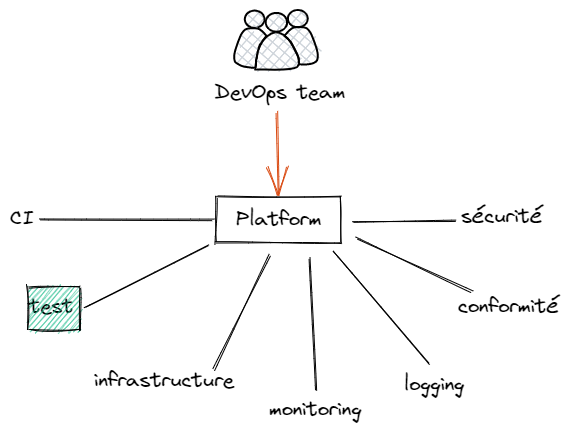
Above: snowcamp_2023/assets/platform-test.excalidraw.png in ojacques/presentations (Excalidraw), before the change. Source tidied: one line per element, renumbered; positions are measured from the earlier drawing's top-left corner, leaving out a move shared by most shapes. Source of this version:
```json
{"id": 0, "type": "text", "text": "conformité", "strokeColor": "#000000", "strokeWidth": 1, "roughness": 1, "fontSize": 20, "fontFamily": 1, "x": 448, "y": 284, "width": 103, "height": 25}
{"id": 1, "type": "text", "text": "monitoring", "strokeColor": "#000000", "strokeWidth": 1, "roughness": 1, "fontSize": 20, "fontFamily": 1, "x": 259, "y": 387, "width": 94, "height": 25}
{"id": 2, "type": "text", "text": "infrastructure", "strokeColor": "#000000", "strokeWidth": 1, "roughness": 1, "fontSize": 20, "fontFamily": 1, "x": 84, "y": 358, "width": 142, "height": 25}
{"id": 3, "type": "text", "text": "sécurité", "strokeColor": "#000000", "strokeWidth": 1, "roughness": 1, "fontSize": 20, "fontFamily": 1, "x": 451, "y": 194, "width": 83, "height": 25}
{"id": 4, "type": "text", "text": "CI", "strokeColor": "#000000", "strokeWidth": 1, "roughness": 1, "fontSize": 20, "fontFamily": 1, "x": 0, "y": 196, "width": 26, "height": 25}
{"id": 5, "type": "text", "text": "logging", "strokeColor": "#000000", "strokeWidth": 1, "roughness": 1, "fontSize": 20, "fontFamily": 1, "x": 394, "y": 362, "width": 62, "height": 25}
{"id": 6, "type": "text", "text": "test", "strokeColor": "#000000", "strokeWidth": 1, "roughness": 1, "fontSize": 20, "fontFamily": 1, "x": 19, "y": 284, "width": 46, "height": 25}
{"id": 7, "type": "rectangle", "strokeColor": "#000000", "strokeWidth": 1, "roughness": 1, "x": 206, "y": 187, "width": 125, "height": 46}
{"id": 8, "type": "text", "text": "Platform", "strokeColor": "#000000", "strokeWidth": 1, "roughness": 1, "fontSize": 20, "fontFamily": 1, "textAlign": "center", "verticalAlign": "middle", "inside": 7, "x": 225, "y": 197, "width": 87, "height": 25}
{"id": 9, "type": "line", "strokeColor": "#000000", "strokeWidth": 1, "roughness": 1, "x": 30, "y": 210, "width": 173, "height": 0, "points": [[0, 0], [173, 0]]}
{"id": 10, "type": "line", "strokeColor": "#000000", "strokeWidth": 1, "roughness": 1, "x": 75, "y": 297, "width": 124, "height": 61, "points": [[0, 0], [124, -61]]}
{"id": 11, "type": "line", "strokeColor": "#000000", "strokeWidth": 1, "roughness": 1, "x": 204, "y": 360, "width": 57, "height": 114, "points": [[0, 0], [57, -114]]}
{"id": 12, "type": "line", "strokeColor": "#000000", "strokeWidth": 1, "roughness": 1, "x": 306, "y": 380, "width": 6, "height": 132, "points": [[0, 0], [-6, -132]]}
{"id": 13, "type": "line", "strokeColor": "#000000", "strokeWidth": 1, "roughness": 1, "x": 323, "y": 243, "width": 96, "height": 111, "points": [[0, 0], [96, 111]]}
{"id": 14, "type": "line", "strokeColor": "#000000", "strokeWidth": 1, "roughness": 1, "x": 346, "y": 228, "width": 116, "height": 54, "points": [[0, 0], [116, 54]]}
{"id": 15, "type": "line", "strokeColor": "#000000", "strokeWidth": 1, "roughness": 1, "x": 343, "y": 212, "width": 102, "height": 1, "points": [[0, 0], [102, -1]]}
{"id": 16, "type": "text", "text": "DevOps team", "strokeColor": "#000000", "backgroundColor": "white", "fillStyle": "solid", "strokeWidth": 1, "roughness": 1, "fontSize": 20, "fontFamily": 1, "x": 205, "y": 70, "width": 132, "height": 25}
{"id": 17, "type": "ellipse", "strokeColor": "#000000", "backgroundColor": "#ced4da", "fillStyle": "cross-hatch", "strokeWidth": 2, "roughness": 0, "x": 278, "y": 0, "width": 20, "height": 17}
{"id": 18, "type": "ellipse", "strokeColor": "#000000", "backgroundColor": "#ced4da", "fillStyle": "cross-hatch", "strokeWidth": 2, "roughness": 0, "x": 235, "y": 1, "width": 20, "height": 17}
{"id": 19, "type": "line", "strokeColor": "#000000", "backgroundColor": "#ced4da", "fillStyle": "cross-hatch", "strokeWidth": 2, "roughness": 0, "x": 245, "y": 60, "width": 42, "height": 37, "points": [[0, 0], [5, -25], [20, -37], [35, -27], [42, -3], [0, 0]]}
{"id": 20, "type": "ellipse", "strokeColor": "#000000", "backgroundColor": "#ced4da", "fillStyle": "cross-hatch", "strokeWidth": 2, "roughness": 0, "x": 256, "y": 3, "width": 21, "height": 19}
{"id": 21, "type": "line", "strokeColor": "#000000", "backgroundColor": "#ced4da", "fillStyle": "cross-hatch", "strokeWidth": 2, "roughness": 0, "x": 274, "y": 26, "width": 33, "height": 37, "points": [[0, 0], [5, -6], [10, -8], [17, -9], [22, -8], [26, -4], [28, 2], [31, 8], [33, 14], [33, 20], [33, 25], [29, 27], [25, 28], [19, 29], [15, 28], [14, 22], [13, 19], [10, 13], [6, 6], [0, 0]]}
{"id": 22, "type": "line", "strokeColor": "#000000", "backgroundColor": "#ced4da", "fillStyle": "cross-hatch", "strokeWidth": 2, "roughness": 0, "x": 256, "y": 26, "width": 32, "height": 39, "points": [[0, 0], [-4, -4], [-8, -7], [-16, -8], [-21, -6], [-25, -2], [-27, 3], [-29, 9], [-31, 16], [-32, 21], [-31, 26], [-28, 28], [-24, 30], [-18, 31], [-11, 31], [-10, 24], [-10, 21], [-8, 15], [-5, 7], [0, 0]]}
{"id": 23, "type": "arrow", "strokeColor": "#d9480f", "strokeWidth": 1, "roughness": 1, "endArrowhead": "arrow", "from": 16, "to": 7, "x": 268, "y": 102, "width": 1, "height": 82, "points": [[0, 0], [1, 82]]}
{"id": 24, "type": "rectangle", "strokeColor": "#000000", "backgroundColor": "#12b886", "fillStyle": "hachure", "strokeWidth": 1, "roughness": 1, "x": 18, "y": 276, "width": 52, "height": 44}
```
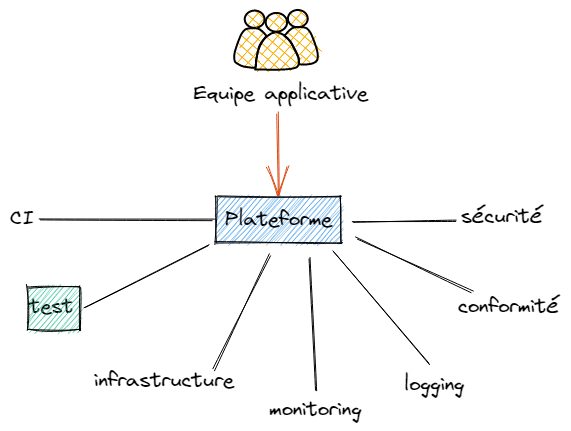
Later version of the same file.

What changed in the source:
```diff
@@ -5,8 +5,8 @@
 {"id": 4, "type": "text", "text": "CI", "strokeColor": "#000000", "strokeWidth": 1, "roughness": 1, "fontSize": 20, "fontFamily": 1, "x": 0, "y": 196, "width": 26, "height": 25}
 {"id": 5, "type": "text", "text": "logging", "strokeColor": "#000000", "strokeWidth": 1, "roughness": 1, "fontSize": 20, "fontFamily": 1, "x": 394, "y": 362, "width": 62, "height": 25}
 {"id": 6, "type": "text", "text": "test", "strokeColor": "#000000", "strokeWidth": 1, "roughness": 1, "fontSize": 20, "fontFamily": 1, "x": 19, "y": 284, "width": 46, "height": 25}
-{"id": 7, "type": "rectangle", "strokeColor": "#000000", "strokeWidth": 1, "roughness": 1, "x": 206, "y": 187, "width": 125, "height": 46}
+{"id": 7, "type": "rectangle", "strokeColor": "#000000", "backgroundColor": "#228be6", "fillStyle": "hachure", "strokeWidth": 1, "roughness": 1, "x": 206, "y": 187, "width": 125, "height": 46}
-{"id": 8, "type": "text", "text": "Platform", "strokeColor": "#000000", "strokeWidth": 1, "roughness": 1, "fontSize": 20, "fontFamily": 1, "textAlign": "center", "verticalAlign": "middle", "inside": 7, "x": 225, "y": 197, "width": 87, "height": 25}
+{"id": 8, "type": "text", "text": "Plateforme", "strokeColor": "#000000", "strokeWidth": 1, "roughness": 1, "fontSize": 20, "fontFamily": 1, "textAlign": "center", "verticalAlign": "middle", "inside": 7, "x": 214, "y": 197, "width": 109, "height": 25}
 {"id": 9, "type": "line", "strokeColor": "#000000", "strokeWidth": 1, "roughness": 1, "x": 30, "y": 210, "width": 173, "height": 0, "points": [[0, 0], [173, 0]]}
 {"id": 10, "type": "line", "strokeColor": "#000000", "strokeWidth": 1, "roughness": 1, "x": 75, "y": 297, "width": 124, "height": 61, "points": [[0, 0], [124, -61]]}
 {"id": 11, "type": "line", "strokeColor": "#000000", "strokeWidth": 1, "roughness": 1, "x": 204, "y": 360, "width": 57, "height": 114, "points": [[0, 0], [57, -114]]}
@@ -14,12 +14,12 @@
 {"id": 13, "type": "line", "strokeColor": "#000000", "strokeWidth": 1, "roughness": 1, "x": 323, "y": 243, "width": 96, "height": 111, "points": [[0, 0], [96, 111]]}
 {"id": 14, "type": "line", "strokeColor": "#000000", "strokeWidth": 1, "roughness": 1, "x": 346, "y": 228, "width": 116, "height": 54, "points": [[0, 0], [116, 54]]}
 {"id": 15, "type": "line", "strokeColor": "#000000", "strokeWidth": 1, "roughness": 1, "x": 343, "y": 212, "width": 102, "height": 1, "points": [[0, 0], [102, -1]]}
-{"id": 16, "type": "text", "text": "DevOps team", "strokeColor": "#000000", "backgroundColor": "white", "fillStyle": "solid", "strokeWidth": 1, "roughness": 1, "fontSize": 20, "fontFamily": 1, "x": 205, "y": 70, "width": 132, "height": 25}
+{"id": 16, "type": "text", "text": "Equipe applicative", "strokeColor": "#000000", "backgroundColor": "white", "fillStyle": "solid", "strokeWidth": 1, "roughness": 1, "fontSize": 20, "fontFamily": 1, "x": 184, "y": 71, "width": 176, "height": 25}
-{"id": 17, "type": "ellipse", "strokeColor": "#000000", "backgroundColor": "#ced4da", "fillStyle": "cross-hatch", "strokeWidth": 2, "roughness": 0, "x": 278, "y": 0, "width": 20, "height": 17}
+{"id": 17, "type": "ellipse", "strokeColor": "#000000", "backgroundColor": "#fab005", "fillStyle": "cross-hatch", "strokeWidth": 2, "roughness": 0, "x": 278, "y": 0, "width": 20, "height": 17}
-{"id": 18, "type": "ellipse", "strokeColor": "#000000", "backgroundColor": "#ced4da", "fillStyle": "cross-hatch", "strokeWidth": 2, "roughness": 0, "x": 235, "y": 1, "width": 20, "height": 17}
+{"id": 18, "type": "ellipse", "strokeColor": "#000000", "backgroundColor": "#fab005", "fillStyle": "cross-hatch", "strokeWidth": 2, "roughness": 0, "x": 235, "y": 1, "width": 20, "height": 17}
-{"id": 19, "type": "line", "strokeColor": "#000000", "backgroundColor": "#ced4da", "fillStyle": "cross-hatch", "strokeWidth": 2, "roughness": 0, "x": 245, "y": 60, "width": 42, "height": 37, "points": [[0, 0], [5, -25], [20, -37], [35, -27], [42, -3], [0, 0]]}
+{"id": 19, "type": "line", "strokeColor": "#000000", "backgroundColor": "#fab005", "fillStyle": "cross-hatch", "strokeWidth": 2, "roughness": 0, "x": 245, "y": 60, "width": 42, "height": 37, "points": [[0, 0], [5, -25], [20, -37], [35, -27], [42, -3], [0, 0]]}
-{"id": 20, "type": "ellipse", "strokeColor": "#000000", "backgroundColor": "#ced4da", "fillStyle": "cross-hatch", "strokeWidth": 2, "roughness": 0, "x": 256, "y": 3, "width": 21, "height": 19}
+{"id": 20, "type": "ellipse", "strokeColor": "#000000", "backgroundColor": "#fab005", "fillStyle": "cross-hatch", "strokeWidth": 2, "roughness": 0, "x": 256, "y": 3, "width": 21, "height": 19}
-{"id": 21, "type": "line", "strokeColor": "#000000", "backgroundColor": "#ced4da", "fillStyle": "cross-hatch", "strokeWidth": 2, "roughness": 0, "x": 274, "y": 26, "width": 33, "height": 37, "points": [[0, 0], [5, -6], [10, -8], [17, -9], [22, -8], [26, -4], [28, 2], [31, 8], [33, 14], [33, 20], [33, 25], [29, 27], [25, 28], [19, 29], [15, 28], [14, 22], [13, 19], [10, 13], [6, 6], [0, 0]]}
+{"id": 21, "type": "line", "strokeColor": "#000000", "backgroundColor": "#fab005", "fillStyle": "cross-hatch", "strokeWidth": 2, "roughness": 0, "x": 274, "y": 26, "width": 33, "height": 37, "points": [[0, 0], [5, -6], [10, -8], [17, -9], [22, -8], [26, -4], [28, 2], [31, 8], [33, 14], [33, 20], [33, 25], [29, 27], [25, 28], [19, 29], [15, 28], [14, 22], [13, 19], [10, 13], [6, 6], [0, 0]]}
-{"id": 22, "type": "line", "strokeColor": "#000000", "backgroundColor": "#ced4da", "fillStyle": "cross-hatch", "strokeWidth": 2, "roughness": 0, "x": 256, "y": 26, "width": 32, "height": 39, "points": [[0, 0], [-4, -4], [-8, -7], [-16, -8], [-21, -6], [-25, -2], [-27, 3], [-29, 9], [-31, 16], [-32, 21], [-31, 26], [-28, 28], [-24, 30], [-18, 31], [-11, 31], [-10, 24], [-10, 21], [-8, 15], [-5, 7], [0, 0]]}
+{"id": 22, "type": "line", "strokeColor": "#000000", "backgroundColor": "#fab005", "fillStyle": "cross-hatch", "strokeWidth": 2, "roughness": 0, "x": 256, "y": 26, "width": 32, "height": 39, "points": [[0, 0], [-4, -4], [-8, -7], [-16, -8], [-21, -6], [-25, -2], [-27, 3], [-29, 9], [-31, 16], [-32, 21], [-31, 26], [-28, 28], [-24, 30], [-18, 31], [-11, 31], [-10, 24], [-10, 21], [-8, 15], [-5, 7], [0, 0]]}
-{"id": 23, "type": "arrow", "strokeColor": "#d9480f", "strokeWidth": 1, "roughness": 1, "endArrowhead": "arrow", "from": 16, "to": 7, "x": 268, "y": 102, "width": 1, "height": 82, "points": [[0, 0], [1, 82]]}
+{"id": 23, "type": "arrow", "strokeColor": "#d9480f", "strokeWidth": 1, "roughness": 1, "endArrowhead": "arrow", "from": 16, "to": 7, "x": 269, "y": 103, "width": 0, "height": 81, "points": [[0, 0], [0, 81]]}
 {"id": 24, "type": "rectangle", "strokeColor": "#000000", "backgroundColor": "#12b886", "fillStyle": "hachure", "strokeWidth": 1, "roughness": 1, "x": 18, "y": 276, "width": 52, "height": 44}
```
